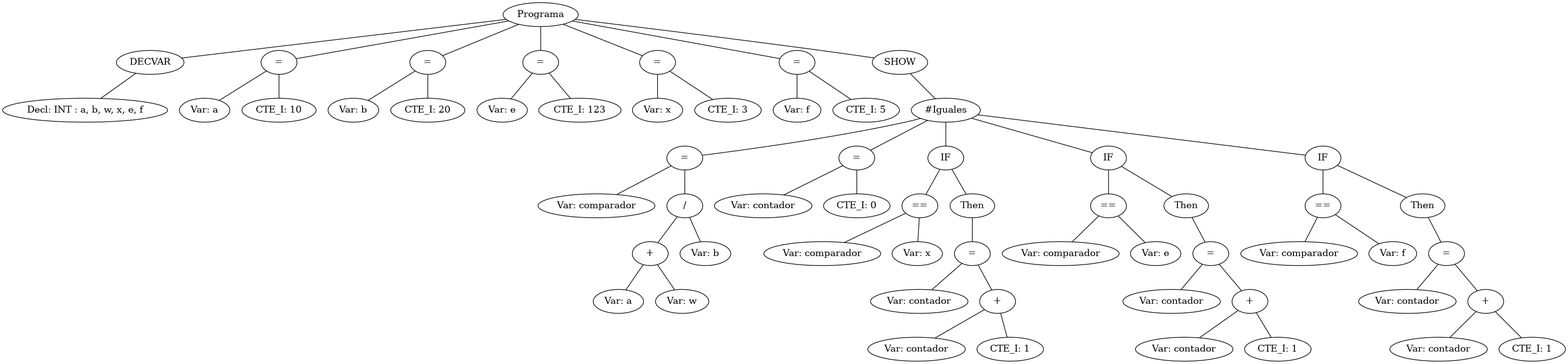
This is arbol.png from MatiasHerrneder/compiladores-2026, a Graphviz export, as it was before one commit. Its source is kept beside it as arbol.dot.
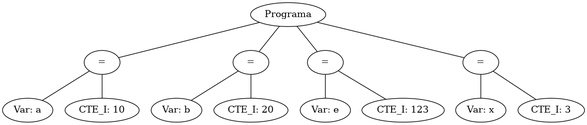
Above is the later version.

Diff of the diagram source:
```diff
@@ -1,120 +1,30 @@
 graph G {nodo_programa [label="Programa"]
-nodo_decvar_1317328735 [label="DECVAR"]
-nodo_programa -- nodo_decvar_1317328735
-nodo_decl_1293213976 [label="Decl: INT : a, b, w, x, e, f"]
-nodo_decvar_1317328735 -- nodo_decl_1293213976
-nodo_asig_1130226802 [label="="]
-nodo_programa -- nodo_asig_1130226802
-nodo_var_1182003284 [label="Var: a"]
-nodo_asig_1130226802 -- nodo_var_1182003284
-nodo_cte_i_782629354 [label="CTE_I: 10"]
-nodo_asig_1130226802 -- nodo_cte_i_782629354
-nodo_asig_1154728199 [label="="]
-nodo_programa -- nodo_asig_1154728199
-nodo_var_1744946075 [label="Var: b"]
-nodo_asig_1154728199 -- nodo_var_1744946075
-nodo_cte_i_833191839 [label="CTE_I: 20"]
-nodo_asig_1154728199 -- nodo_cte_i_833191839
-nodo_asig_818064105 [label="="]
-nodo_programa -- nodo_asig_818064105
-nodo_var_1791204879 [label="Var: e"]
-nodo_asig_818064105 -- nodo_var_1791204879
-nodo_cte_i_205034967 [label="CTE_I: 123"]
-nodo_asig_818064105 -- nodo_cte_i_205034967
-nodo_asig_1989629512 [label="="]
-nodo_programa -- nodo_asig_1989629512
-nodo_var_1403465617 [label="Var: x"]
-nodo_asig_1989629512 -- nodo_var_1403465617
-nodo_cte_i_635625484 [label="CTE_I: 3"]
-nodo_asig_1989629512 -- nodo_cte_i_635625484
-nodo_asig_1832669002 [label="="]
-nodo_programa -- nodo_asig_1832669002
-nodo_var_567632307 [label="Var: f"]
-nodo_asig_1832669002 -- nodo_var_567632307
-nodo_cte_i_1273239999 [label="CTE_I: 5"]
-nodo_asig_1832669002 -- nodo_cte_i_1273239999
-nodo_show_2041864783 [label="SHOW"]
-nodo_programa -- nodo_show_2041864783
-nodo_iguales_1996305452 [label="#Iguales"]
-nodo_show_2041864783 -- nodo_iguales_1996305452
-nodo_asig_303640621 [label="="]
-nodo_iguales_1996305452 -- nodo_asig_303640621
-nodo_var_393071730 [label="Var: comparador"]
-nodo_asig_303640621 -- nodo_var_393071730
-nodo_expbin_1292989130 [label="/"]
-nodo_asig_303640621 -- nodo_expbin_1292989130
-nodo_expbin_1389519632 [label="+"]
-nodo_expbin_1292989130 -- nodo_expbin_1389519632
-nodo_var_1445251104 [label="Var: a"]
-nodo_expbin_1389519632 -- nodo_var_1445251104
-nodo_var_794001610 [label="Var: w"]
-nodo_expbin_1389519632 -- nodo_var_794001610
-nodo_var_1771188424 [label="Var: b"]
-nodo_expbin_1292989130 -- nodo_var_1771188424
-nodo_asig_152455679 [label="="]
-nodo_iguales_1996305452 -- nodo_asig_152455679
-nodo_var_1477225714 [label="Var: contador"]
-nodo_asig_152455679 -- nodo_var_1477225714
-nodo_cte_i_581439105 [label="CTE_I: 0"]
-nodo_asig_152455679 -- nodo_cte_i_581439105
-nodo_1094931370 [label="IF"]
-nodo_iguales_1996305452 -- nodo_1094931370
-nodo_cond_444636151 [label="=="]
-nodo_1094931370 -- nodo_cond_444636151
-nodo_var_560099561 [label="Var: comparador"]
-nodo_cond_444636151 -- nodo_var_560099561
-nodo_var_1493817260 [label="Var: x"]
-nodo_cond_444636151 -- nodo_var_1493817260
-nodo_1130151490 [label="Then"]
-nodo_1094931370 -- nodo_1130151490
-nodo_asig_416902016 [label="="]
-nodo_1130151490 -- nodo_asig_416902016
-nodo_var_110629967 [label="Var: contador"]
-nodo_asig_416902016 -- nodo_var_110629967
-nodo_expbin_886032717 [label="+"]
-nodo_asig_416902016 -- nodo_expbin_886032717
-nodo_var_315088696 [label="Var: contador"]
-nodo_expbin_886032717 -- nodo_var_315088696
-nodo_cte_i_1100034955 [label="CTE_I: 1"]
-nodo_expbin_886032717 -- nodo_cte_i_1100034955
-nodo_124616090 [label="IF"]
-nodo_iguales_1996305452 -- nodo_124616090
-nodo_cond_1294096795 [label="=="]
-nodo_124616090 -- nodo_cond_1294096795
-nodo_var_1630560536 [label="Var: comparador"]
-nodo_cond_1294096795 -- nodo_var_1630560536
-nodo_var_52376217 [label="Var: e"]
-nodo_cond_1294096795 -- nodo_var_52376217
-nodo_695540702 [label="Then"]
-nodo_124616090 -- nodo_695540702
-nodo_asig_1167598279 [label="="]
-nodo_695540702 -- nodo_asig_1167598279
-nodo_var_447305070 [label="Var: contador"]
-nodo_asig_1167598279 -- nodo_var_447305070
-nodo_expbin_2029244290 [label="+"]
-nodo_asig_1167598279 -- nodo_expbin_2029244290
-nodo_var_2035908777 [label="Var: contador"]
-nodo_expbin_2029244290 -- nodo_var_2035908777
-nodo_cte_i_2110987103 [label="CTE_I: 1"]
-nodo_expbin_2029244290 -- nodo_cte_i_2110987103
-nodo_763442094 [label="IF"]
-nodo_iguales_1996305452 -- nodo_763442094
-nodo_cond_1273521731 [label="=="]
-nodo_763442094 -- nodo_cond_1273521731
-nodo_var_2114055007 [label="Var: comparador"]
-nodo_cond_1273521731 -- nodo_var_2114055007
-nodo_var_611451287 [label="Var: f"]
-nodo_cond_1273521731 -- nodo_var_611451287
-nodo_468520483 [label="Then"]
-nodo_763442094 -- nodo_468520483
-nodo_asig_1070940851 [label="="]
-nodo_468520483 -- nodo_asig_1070940851
-nodo_var_931656052 [label="Var: contador"]
-nodo_asig_1070940851 -- nodo_var_931656052
-nodo_expbin_1185791944 [label="+"]
-nodo_asig_1070940851 -- nodo_expbin_1185791944
-nodo_var_901922088 [label="Var: contador"]
-nodo_expbin_1185791944 -- nodo_var_901922088
-nodo_cte_i_538391033 [label="CTE_I: 1"]
-nodo_expbin_1185791944 -- nodo_cte_i_538391033
+nodo_var_1042802894 [label="Var: a"]
+nodo_asig_207677606 -- nodo_var_1042802894
+
+nodo_cte_i_2128368349 [label="CTE_I: 10"]
+nodo_asig_207677606 -- nodo_cte_i_2128368349
+nodo_asig_207677606 [label="="]
+nodo_programa -- nodo_asig_207677606
+nodo_var_960668247 [label="Var: b"]
+nodo_asig_854350196 -- nodo_var_960668247
+
+nodo_cte_i_941771817 [label="CTE_I: 20"]
+nodo_asig_854350196 -- nodo_cte_i_941771817
+nodo_asig_854350196 [label="="]
+nodo_programa -- nodo_asig_854350196
+nodo_var_1954771289 [label="Var: e"]
+nodo_asig_620014410 -- nodo_var_1954771289
+
+nodo_cte_i_1484731780 [label="CTE_I: 123"]
+nodo_asig_620014410 -- nodo_cte_i_1484731780
+nodo_asig_620014410 [label="="]
+nodo_programa -- nodo_asig_620014410
+nodo_var_1941516869 [label="Var: x"]
+nodo_asig_1922460070 -- nodo_var_1941516869
+
+nodo_cte_i_484416722 [label="CTE_I: 3"]
+nodo_asig_1922460070 -- nodo_cte_i_484416722
+nodo_asig_1922460070 [label="="]
+nodo_programa -- nodo_asig_1922460070
 }
```
